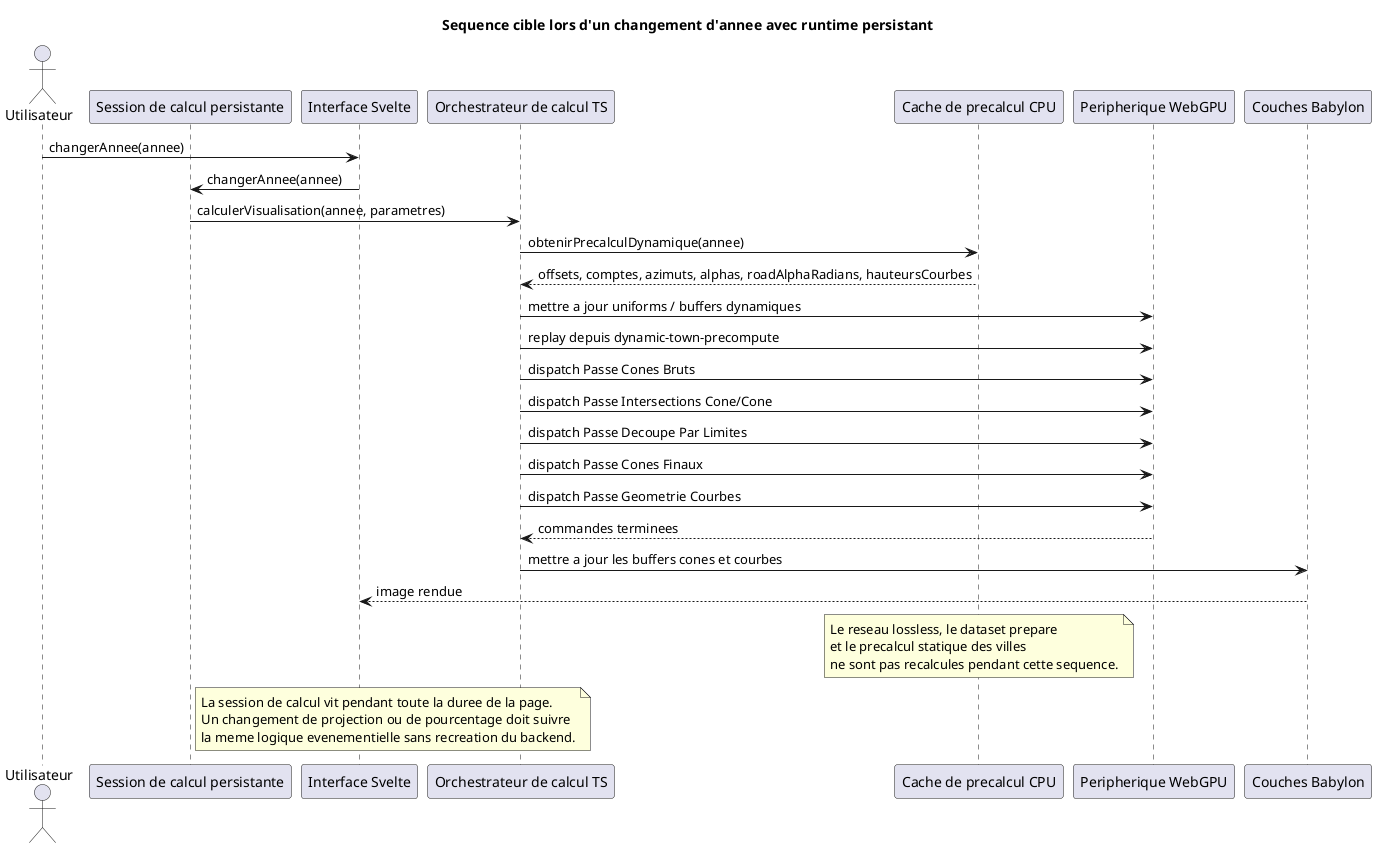
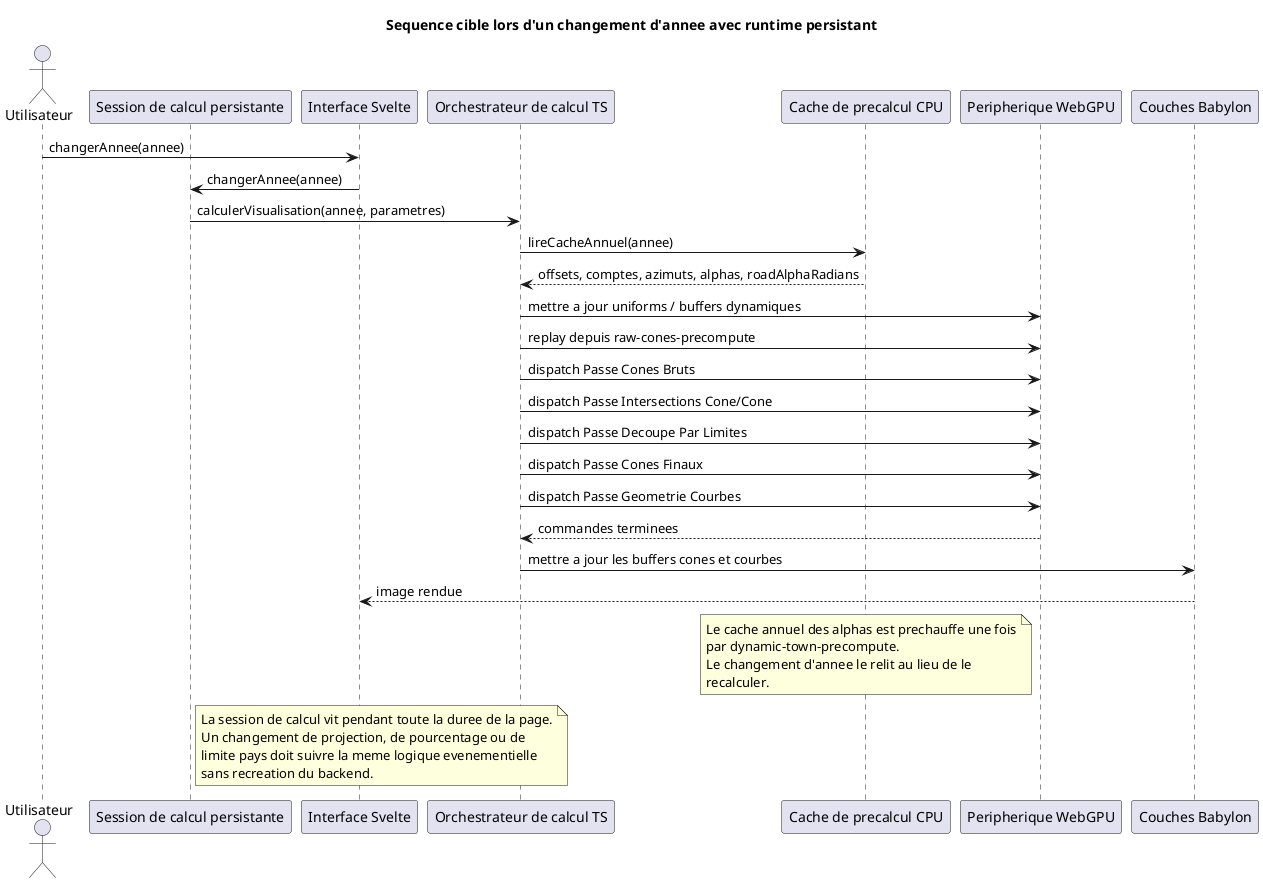
@startuml
title Sequence cible lors d'un changement d'annee avec runtime persistant

actor Utilisateur
participant "Session de calcul persistante" as Session
participant "Interface Svelte" as UI
participant "Orchestrateur de calcul TS" as TS
participant "Cache de precalcul CPU" as Cache
participant "Peripherique WebGPU" as GPU
participant "Couches Babylon" as Babylon

Utilisateur -> UI : changerAnnee(annee)
UI -> Session : changerAnnee(annee)
Session -> TS : calculerVisualisation(annee, parametres)
- TS -> Cache : obtenirPrecalculDynamique(annee)
- Cache --> TS : offsets, comptes, azimuts, alphas, roadAlphaRadians, hauteursCourbes
+ TS -> Cache : lireCacheAnnuel(annee)
+ Cache --> TS : offsets, comptes, azimuts, alphas, roadAlphaRadians
TS -> GPU : mettre a jour uniforms / buffers dynamiques
- TS -> GPU : replay depuis dynamic-town-precompute
+ TS -> GPU : replay depuis raw-cones-precompute
TS -> GPU : dispatch Passe Cones Bruts
TS -> GPU : dispatch Passe Intersections Cone/Cone
TS -> GPU : dispatch Passe Decoupe Par Limites
TS -> GPU : dispatch Passe Cones Finaux
TS -> GPU : dispatch Passe Geometrie Courbes
GPU --> TS : commandes terminees
TS -> Babylon : mettre a jour les buffers cones et courbes
Babylon --> UI : image rendue

note over Cache
-   Le reseau lossless, le dataset prepare
-   et le precalcul statique des villes
-   ne sont pas recalcules pendant cette sequence.
+   Le cache annuel des alphas est prechauffe une fois
+   par dynamic-town-precompute.
+   Le changement d'annee le relit au lieu de le
+   recalculer.
end note

note right of Session
  La session de calcul vit pendant toute la duree de la page.
-   Un changement de projection ou de pourcentage doit suivre
-   la meme logique evenementielle sans recreation du backend.
+   Un changement de projection, de pourcentage ou de
+   limite pays doit suivre la meme logique evenementielle
+   sans recreation du backend.
end note
@enduml
